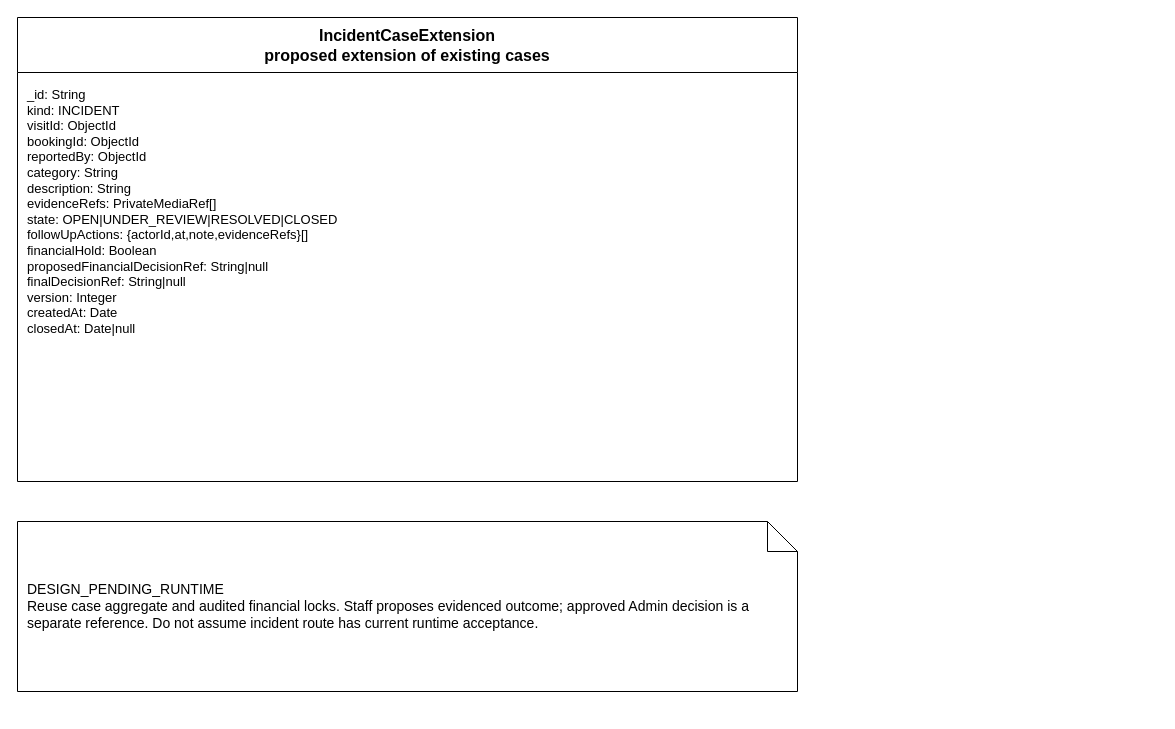
Above: page "IncidentCaseExtension — DESIGN_PENDING_RUNTIME" (4 of 11) of doc/reports/report4/database/planned-domain-schema.drawio in ngocthanhhx7/SEP490_G101_FALL2026 (draw.io), before the change. Source tidied: cells renumbered, new cells numbered last; positions are measured from the earlier drawing's top-left corner, leaving out a move shared by most shapes. Both pictures are drawn from the tidied source at 100%, with x=0, y=0 at pixel (17, 17).
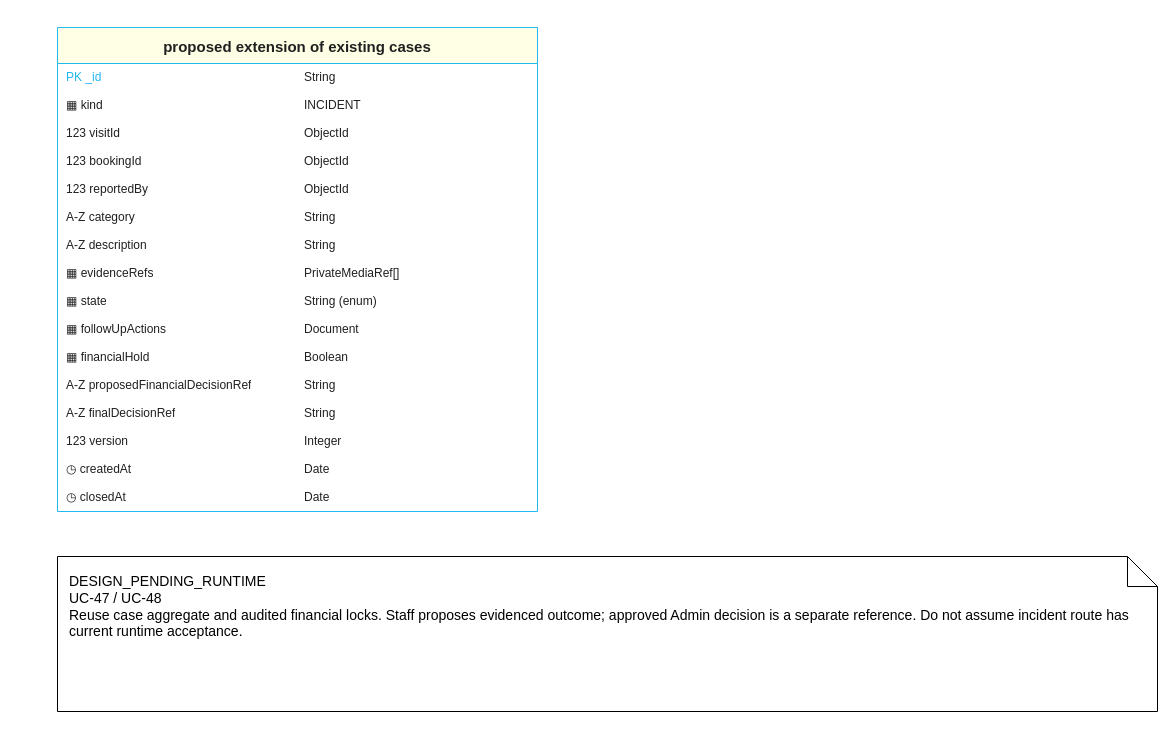
Above is the later version.

Change to the diagram source:
```diff
@@
-<mxGraphModel>
+<mxGraphModel background="#ffffff">
@@
-    <mxCell id="2" value="IncidentCaseExtension&#10;proposed extension of existing cases" style="swimlane;startSize=55;whiteSpace=wrap;html=0;fontSize=16;" parent="1" vertex="1">
-      <mxGeometry width="780" height="464" as="geometry" />
-    </mxCell>
-    <mxCell id="3" value="_id: String&#10;kind: INCIDENT&#10;visitId: ObjectId&#10;bookingId: ObjectId&#10;reportedBy: ObjectId&#10;category: String&#10;description: String&#10;evidenceRefs: PrivateMediaRef[]&#10;state: OPEN|UNDER_REVIEW|RESOLVED|CLOSED&#10;followUpActions: {actorId,at,note,evidenceRefs}[]&#10;financialHold: Boolean&#10;proposedFinancialDecisionRef: String|null&#10;finalDecisionRef: String|null&#10;version: Integer&#10;createdAt: Date&#10;closedAt: Date|null" style="text;whiteSpace=wrap;html=0;align=left;verticalAlign=top;spacing=10;fontSize=13;" parent="2" vertex="1">
-      <mxGeometry y="55" width="780" height="409" as="geometry" />
-    </mxCell>
-    <mxCell id="4" value="DESIGN_PENDING_RUNTIME&#10;Reuse case aggregate and audited financial locks. Staff proposes evidenced outcome; approved Admin decision is a separate reference. Do not assume incident route has current runtime acceptance." style="shape=note;whiteSpace=wrap;html=0;align=left;spacing=10;fontSize=14;" parent="1" vertex="1">
-      <mxGeometry y="504" width="780" height="170" as="geometry" />
-    </mxCell>
+    <mxCell id="5" value="proposed extension of existing cases" style="swimlane;startSize=36;horizontal=1;rounded=0;html=0;fillColor=#FFFFE5;swimlaneFillColor=#ffffff;strokeColor=#22B8F0;fontColor=#202020;fontSize=15;fontStyle=1;align=center;" parent="1" vertex="1">
+      <mxGeometry x="40" y="10" width="480" height="484" as="geometry" />
+    </mxCell>
+    <mxCell id="6" value="PK _id" style="text;html=0;whiteSpace=wrap;overflow=hidden;align=left;verticalAlign=middle;fontSize=12;fontColor=#22B8F0;spacingLeft=7;strokeColor=none;" parent="5" vertex="1">
+      <mxGeometry y="36" width="240" height="28" as="geometry" />
+    </mxCell>
+    <mxCell id="7" value="String" style="text;html=0;whiteSpace=wrap;overflow=hidden;align=left;verticalAlign=middle;fontSize=12;fontColor=#202020;spacingLeft=5;strokeColor=none;" parent="5" vertex="1">
+      <mxGeometry x="240" y="36" width="240" height="28" as="geometry" />
+    </mxCell>
+    <mxCell id="8" value="▦ kind" style="text;html=0;whiteSpace=wrap;overflow=hidden;align=left;verticalAlign=middle;fontSize=12;fontColor=#202020;spacingLeft=7;strokeColor=none;" parent="5" vertex="1">
+      <mxGeometry y="64" width="240" height="28" as="geometry" />
+    </mxCell>
+    <mxCell id="9" value="INCIDENT" style="text;html=0;whiteSpace=wrap;overflow=hidden;align=left;verticalAlign=middle;fontSize=12;fontColor=#202020;spacingLeft=5;strokeColor=none;" parent="5" vertex="1">
+      <mxGeometry x="240" y="64" width="240" height="28" as="geometry" />
+    </mxCell>
+    <mxCell id="10" value="123 visitId" style="text;html=0;whiteSpace=wrap;overflow=hidden;align=left;verticalAlign=middle;fontSize=12;fontColor=#202020;spacingLeft=7;strokeColor=none;" parent="5" vertex="1">
+      <mxGeometry y="92" width="240" height="28" as="geometry" />
+    </mxCell>
+    <mxCell id="11" value="ObjectId" style="text;html=0;whiteSpace=wrap;overflow=hidden;align=left;verticalAlign=middle;fontSize=12;fontColor=#202020;spacingLeft=5;strokeColor=none;" parent="5" vertex="1">
+      <mxGeometry x="240" y="92" width="240" height="28" as="geometry" />
+    </mxCell>
+    <mxCell id="12" value="123 bookingId" style="text;html=0;whiteSpace=wrap;overflow=hidden;align=left;verticalAlign=middle;fontSize=12;fontColor=#202020;spacingLeft=7;strokeColor=none;" parent="5" vertex="1">
+      <mxGeometry y="120" width="240" height="28" as="geometry" />
+    </mxCell>
+    <mxCell id="13" value="ObjectId" style="text;html=0;whiteSpace=wrap;overflow=hidden;align=left;verticalAlign=middle;fontSize=12;fontColor=#202020;spacingLeft=5;strokeColor=none;" parent="5" vertex="1">
+      <mxGeometry x="240" y="120" width="240" height="28" as="geometry" />
+    </mxCell>
+    <mxCell id="14" value="123 reportedBy" style="text;html=0;whiteSpace=wrap;overflow=hidden;align=left;verticalAlign=middle;fontSize=12;fontColor=#202020;spacingLeft=7;strokeColor=none;" parent="5" vertex="1">
+      <mxGeometry y="148" width="240" height="28" as="geometry" />
+    </mxCell>
+    <mxCell id="15" value="ObjectId" style="text;html=0;whiteSpace=wrap;overflow=hidden;align=left;verticalAlign=middle;fontSize=12;fontColor=#202020;spacingLeft=5;strokeColor=none;" parent="5" vertex="1">
+      <mxGeometry x="240" y="148" width="240" height="28" as="geometry" />
+    </mxCell>
+    <mxCell id="16" value="A-Z category" style="text;html=0;whiteSpace=wrap;overflow=hidden;align=left;verticalAlign=middle;fontSize=12;fontColor=#202020;spacingLeft=7;strokeColor=none;" parent="5" vertex="1">
+      <mxGeometry y="176" width="240" height="28" as="geometry" />
+    </mxCell>
+    <mxCell id="17" value="String" style="text;html=0;whiteSpace=wrap;overflow=hidden;align=left;verticalAlign=middle;fontSize=12;fontColor=#202020;spacingLeft=5;strokeColor=none;" parent="5" vertex="1">
+      <mxGeometry x="240" y="176" width="240" height="28" as="geometry" />
+    </mxCell>
+    <mxCell id="18" value="A-Z description" style="text;html=0;whiteSpace=wrap;overflow=hidden;align=left;verticalAlign=middle;fontSize=12;fontColor=#202020;spacingLeft=7;strokeColor=none;" parent="5" vertex="1">
+      <mxGeometry y="204" width="240" height="28" as="geometry" />
+    </mxCell>
+    <mxCell id="19" value="String" style="text;html=0;whiteSpace=wrap;overflow=hidden;align=left;verticalAlign=middle;fontSize=12;fontColor=#202020;spacingLeft=5;strokeColor=none;" parent="5" vertex="1">
+      <mxGeometry x="240" y="204" width="240" height="28" as="geometry" />
+    </mxCell>
+    <mxCell id="20" value="▦ evidenceRefs" style="text;html=0;whiteSpace=wrap;overflow=hidden;align=left;verticalAlign=middle;fontSize=12;fontColor=#202020;spacingLeft=7;strokeColor=none;" parent="5" vertex="1">
+      <mxGeometry y="232" width="240" height="28" as="geometry" />
+    </mxCell>
+    <mxCell id="21" value="PrivateMediaRef[]" style="text;html=0;whiteSpace=wrap;overflow=hidden;align=left;verticalAlign=middle;fontSize=12;fontColor=#202020;spacingLeft=5;strokeColor=none;" parent="5" vertex="1">
+      <mxGeometry x="240" y="232" width="240" height="28" as="geometry" />
+    </mxCell>
+    <mxCell id="22" value="▦ state" style="text;html=0;whiteSpace=wrap;overflow=hidden;align=left;verticalAlign=middle;fontSize=12;fontColor=#202020;spacingLeft=7;strokeColor=none;" parent="5" vertex="1">
+      <mxGeometry y="260" width="240" height="28" as="geometry" />
+    </mxCell>
+    <mxCell id="23" value="String (enum)" style="text;html=0;whiteSpace=wrap;overflow=hidden;align=left;verticalAlign=middle;fontSize=12;fontColor=#202020;spacingLeft=5;strokeColor=none;" parent="5" vertex="1">
+      <mxGeometry x="240" y="260" width="240" height="28" as="geometry" />
+    </mxCell>
+    <mxCell id="24" value="▦ followUpActions" style="text;html=0;whiteSpace=wrap;overflow=hidden;align=left;verticalAlign=middle;fontSize=12;fontColor=#202020;spacingLeft=7;strokeColor=none;" parent="5" vertex="1">
+      <mxGeometry y="288" width="240" height="28" as="geometry" />
+    </mxCell>
+    <mxCell id="25" value="Document" style="text;html=0;whiteSpace=wrap;overflow=hidden;align=left;verticalAlign=middle;fontSize=12;fontColor=#202020;spacingLeft=5;strokeColor=none;" parent="5" vertex="1">
+      <mxGeometry x="240" y="288" width="240" height="28" as="geometry" />
+    </mxCell>
+    <mxCell id="26" value="▦ financialHold" style="text;html=0;whiteSpace=wrap;overflow=hidden;align=left;verticalAlign=middle;fontSize=12;fontColor=#202020;spacingLeft=7;strokeColor=none;" parent="5" vertex="1">
+      <mxGeometry y="316" width="240" height="28" as="geometry" />
+    </mxCell>
+    <mxCell id="27" value="Boolean" style="text;html=0;whiteSpace=wrap;overflow=hidden;align=left;verticalAlign=middle;fontSize=12;fontColor=#202020;spacingLeft=5;strokeColor=none;" parent="5" vertex="1">
+      <mxGeometry x="240" y="316" width="240" height="28" as="geometry" />
+    </mxCell>
+    <mxCell id="28" value="A-Z proposedFinancialDecisionRef" style="text;html=0;whiteSpace=wrap;overflow=hidden;align=left;verticalAlign=middle;fontSize=12;fontColor=#202020;spacingLeft=7;strokeColor=none;" parent="5" vertex="1">
+      <mxGeometry y="344" width="240" height="28" as="geometry" />
+    </mxCell>
+    <mxCell id="29" value="String" style="text;html=0;whiteSpace=wrap;overflow=hidden;align=left;verticalAlign=middle;fontSize=12;fontColor=#202020;spacingLeft=5;strokeColor=none;" parent="5" vertex="1">
+      <mxGeometry x="240" y="344" width="240" height="28" as="geometry" />
+    </mxCell>
+    <mxCell id="30" value="A-Z finalDecisionRef" style="text;html=0;whiteSpace=wrap;overflow=hidden;align=left;verticalAlign=middle;fontSize=12;fontColor=#202020;spacingLeft=7;strokeColor=none;" parent="5" vertex="1">
+      <mxGeometry y="372" width="240" height="28" as="geometry" />
+    </mxCell>
+    <mxCell id="31" value="String" style="text;html=0;whiteSpace=wrap;overflow=hidden;align=left;verticalAlign=middle;fontSize=12;fontColor=#202020;spacingLeft=5;strokeColor=none;" parent="5" vertex="1">
+      <mxGeometry x="240" y="372" width="240" height="28" as="geometry" />
+    </mxCell>
+    <mxCell id="32" value="123 version" style="text;html=0;whiteSpace=wrap;overflow=hidden;align=left;verticalAlign=middle;fontSize=12;fontColor=#202020;spacingLeft=7;strokeColor=none;" parent="5" vertex="1">
+      <mxGeometry y="400" width="240" height="28" as="geometry" />
+    </mxCell>
+    <mxCell id="33" value="Integer" style="text;html=0;whiteSpace=wrap;overflow=hidden;align=left;verticalAlign=middle;fontSize=12;fontColor=#202020;spacingLeft=5;strokeColor=none;" parent="5" vertex="1">
+      <mxGeometry x="240" y="400" width="240" height="28" as="geometry" />
+    </mxCell>
+    <mxCell id="34" value="◷ createdAt" style="text;html=0;whiteSpace=wrap;overflow=hidden;align=left;verticalAlign=middle;fontSize=12;fontColor=#202020;spacingLeft=7;strokeColor=none;" parent="5" vertex="1">
+      <mxGeometry y="428" width="240" height="28" as="geometry" />
+    </mxCell>
+    <mxCell id="35" value="Date" style="text;html=0;whiteSpace=wrap;overflow=hidden;align=left;verticalAlign=middle;fontSize=12;fontColor=#202020;spacingLeft=5;strokeColor=none;" parent="5" vertex="1">
+      <mxGeometry x="240" y="428" width="240" height="28" as="geometry" />
+    </mxCell>
+    <mxCell id="36" value="◷ closedAt" style="text;html=0;whiteSpace=wrap;overflow=hidden;align=left;verticalAlign=middle;fontSize=12;fontColor=#202020;spacingLeft=7;strokeColor=none;" parent="5" vertex="1">
+      <mxGeometry y="456" width="240" height="28" as="geometry" />
+    </mxCell>
+    <mxCell id="37" value="Date" style="text;html=0;whiteSpace=wrap;overflow=hidden;align=left;verticalAlign=middle;fontSize=12;fontColor=#202020;spacingLeft=5;strokeColor=none;" parent="5" vertex="1">
+      <mxGeometry x="240" y="456" width="240" height="28" as="geometry" />
+    </mxCell>
+    <mxCell id="38" value="DESIGN_PENDING_RUNTIME&#10;UC-47 / UC-48&#10;Reuse case aggregate and audited financial locks. Staff proposes evidenced outcome; approved Admin decision is a separate reference. Do not assume incident route has current runtime acceptance." style="shape=note;html=0;whiteSpace=wrap;align=left;verticalAlign=top;spacing=12;fontSize=14;" parent="1" vertex="1">
+      <mxGeometry x="40" y="539" width="1100" height="155" as="geometry" />
+    </mxCell>
```
